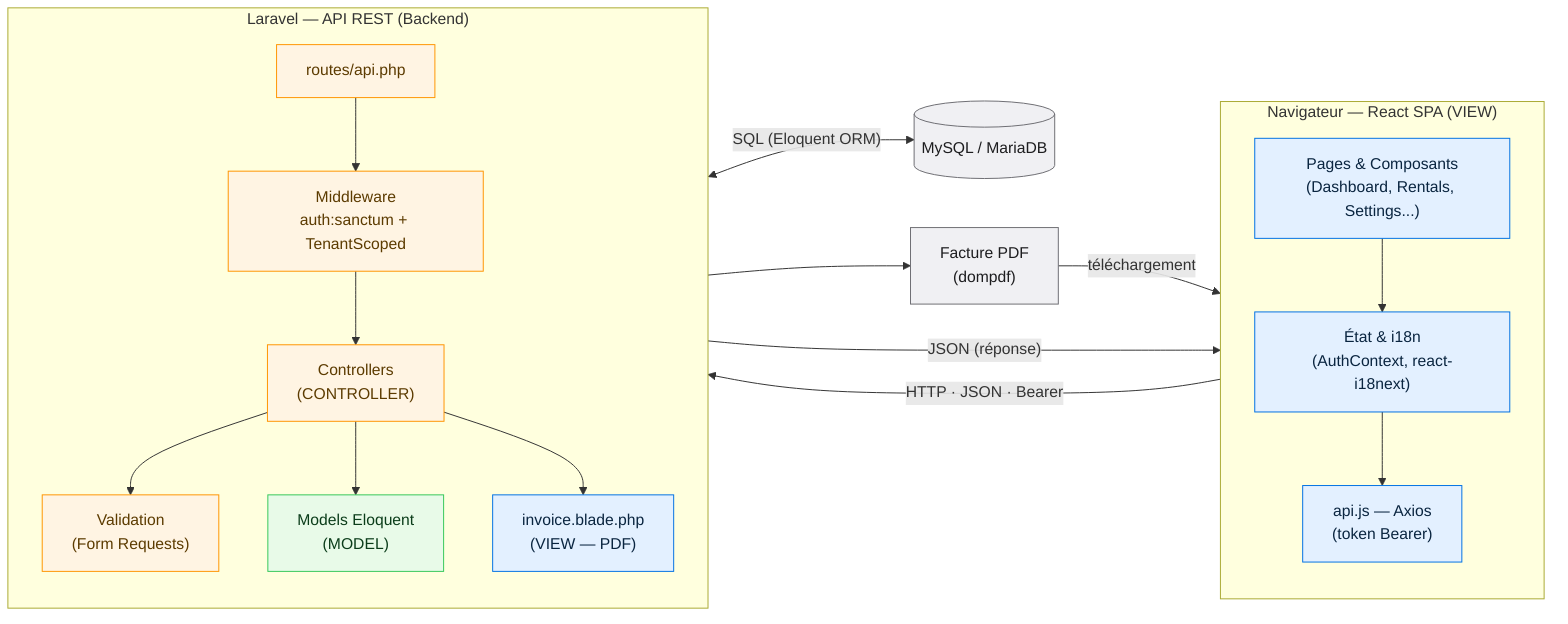
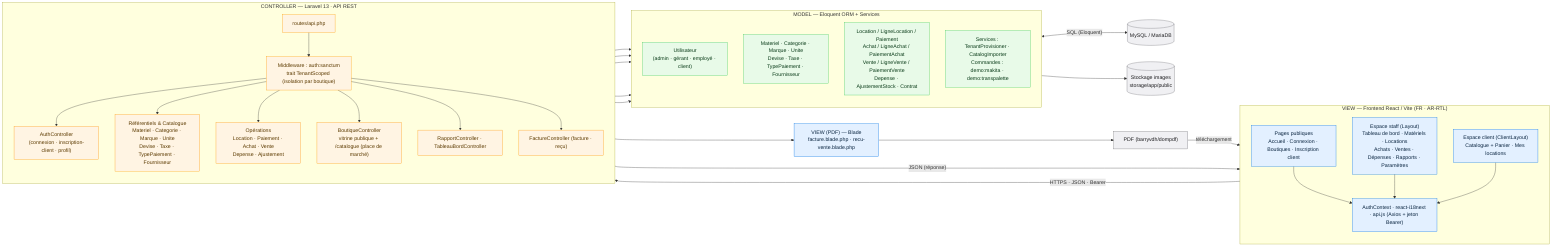
flowchart LR
-     subgraph CLIENT["Navigateur — React SPA (VIEW)"]
+     %% ===== VIEW (Frontend React) =====
+     subgraph VIEW["VIEW — Frontend React / Vite (FR · AR-RTL)"]
        direction TB
-         PAGES["Pages & Composants<br/>(Dashboard, Rentals, Settings...)"]
-         STATE["État & i18n<br/>(AuthContext, react-i18next)"]
-         AXIOS["api.js — Axios<br/>(token Bearer)"]
-         PAGES --> STATE --> AXIOS
+         PUB["Pages publiques<br/>Accueil · Connexion · Boutiques · Inscription client"]
+         STAFF["Espace staff (Layout)<br/>Tableau de bord · Matériels · Locations<br/>Achats · Ventes · Dépenses · Rapports · Paramètres"]
+         CLIENT["Espace client (ClientLayout)<br/>Catalogue + Panier · Mes locations"]
+         CORE["AuthContext · react-i18next · api.js (Axios + jeton Bearer)"]
+         PUB --> CORE
+         STAFF --> CORE
+         CLIENT --> CORE
    end

-     subgraph LARAVEL["Laravel — API REST (Backend)"]
+     %% ===== CONTROLLER (Laravel API) =====
+     subgraph CONTROLLER["CONTROLLER — Laravel 13 · API REST"]
        direction TB
        ROUTES["routes/api.php"]
-         MW["Middleware<br/>auth:sanctum + TenantScoped"]
-         CTRL["Controllers<br/>(CONTROLLER)"]
-         REQ["Validation<br/>(Form Requests)"]
-         MODELS["Models Eloquent<br/>(MODEL)"]
-         BLADE["invoice.blade.php<br/>(VIEW — PDF)"]
-         ROUTES --> MW --> CTRL
-         CTRL --> REQ
-         CTRL --> MODELS
-         CTRL --> BLADE
+         MW["Middleware : auth:sanctum<br/>trait TenantScoped (isolation par boutique)"]
+         AUTH["AuthController<br/>(connexion · inscription-client · profil)"]
+         REF["Référentiels & Catalogue<br/>Materiel · Categorie · Marque · Unite<br/>Devise · Taxe · TypePaiement · Fournisseur"]
+         OPS["Opérations<br/>Location · Paiement · Achat · Vente<br/>Depense · Ajustement"]
+         SHOP["BoutiqueController<br/>vitrine publique + /catalogue (place de marché)"]
+         REPORT["RapportController · TableauBordController"]
+         PDFC["FactureController (facture · reçu)"]
+         ROUTES --> MW
+         MW --> AUTH & REF & OPS & SHOP & REPORT & PDFC
    end

+     %% ===== MODEL (Eloquent + services) =====
+     subgraph MODEL["MODEL — Eloquent ORM + Services"]
+         direction TB
+         USER["Utilisateur<br/>(admin · gérant · employé · client)"]
+         CATM["Materiel · Categorie · Marque · Unite<br/>Devise · Taxe · TypePaiement · Fournisseur"]
+         TXM["Location / LigneLocation / Paiement<br/>Achat / LigneAchat / PaiementAchat<br/>Vente / LigneVente / PaiementVente<br/>Depense · AjustementStock · Contrat"]
+         SVC["Services : TenantProvisioner · CatalogImporter<br/>Commandes : demo:makita · demo:transpalette"]
+     end
+ 
+     %% ===== VIEW — gabarits PDF =====
+     BLADE["VIEW (PDF) — Blade<br/>facture.blade.php · recu-vente.blade.php"]
+ 
    DB[("MySQL / MariaDB")]
-     PDF["Facture PDF<br/>(dompdf)"]
+     IMG[("Stockage images<br/>storage/app/public")]
+     OUT["PDF (barryvdh/dompdf)"]

-     AXIOS -->|"HTTP · JSON · Bearer"| ROUTES
-     CTRL -->|"JSON (réponse)"| AXIOS
-     MODELS <-->|"SQL (Eloquent ORM)"| DB
-     BLADE --> PDF
-     PDF -->|"téléchargement"| AXIOS
+     %% ===== Flux =====
+     CORE -->|"HTTPS · JSON · Bearer"| ROUTES
+     CONTROLLER -->|"JSON (réponse)"| CORE
+     AUTH & REF & OPS & SHOP & REPORT --> MODEL
+     PDFC --> BLADE --> OUT -->|"téléchargement"| CORE
+     MODEL <-->|"SQL (Eloquent)"| DB
+     CATM --> IMG

    classDef view fill:#e3f0ff,stroke:#0071e3,color:#0a2540;
    classDef ctrl fill:#fff4e3,stroke:#ff9500,color:#5c3b00;
    classDef model fill:#e8fae8,stroke:#34c759,color:#0b3d1a;
-     classDef db fill:#f0f0f3,stroke:#6e6e73,color:#1d1d1f;
-     class PAGES,STATE,AXIOS,BLADE view;
-     class ROUTES,MW,CTRL,REQ ctrl;
-     class MODELS model;
-     class DB,PDF db;
+     classDef infra fill:#f0f0f3,stroke:#6e6e73,color:#1d1d1f;
+     class PUB,STAFF,CLIENT,CORE,BLADE view;
+     class ROUTES,MW,AUTH,REF,OPS,SHOP,REPORT,PDFC ctrl;
+     class USER,CATM,TXM,SVC model;
+     class DB,IMG,OUT infra;
